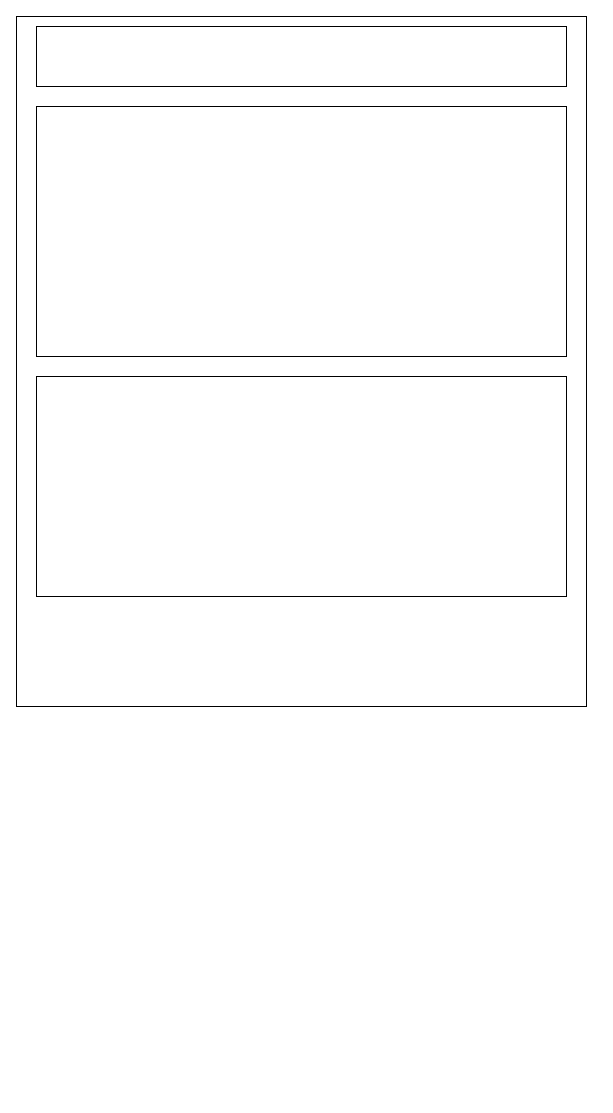
Before: Untitled Diagram.drawio in endepointe/ui, a draw.io diagram. Source tidied: cells renumbered, new cells numbered last; positions are measured from the earlier drawing's top-left corner, leaving out a move shared by most shapes. Both pictures are drawn from the tidied source at 100%, with x=0, y=0 at pixel (16, 16).
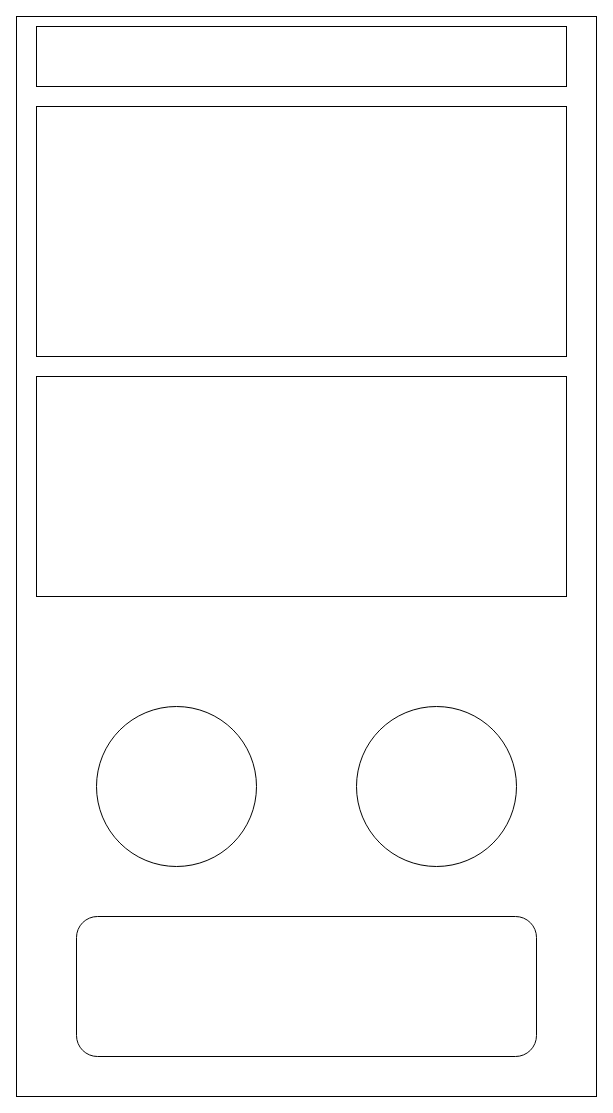
Above is the later version.

Commit message:
idea for endepointe

Change to the diagram source:
```diff
@@
 <mxGraphModel>
   <root>
     <mxCell id="0" />
     <mxCell id="1" parent="0" />
     <mxCell id="2" style="rounded=0;whiteSpace=wrap;html=1;" parent="1" vertex="1">
-      <mxGeometry width="570" height="690" as="geometry" />
+      <mxGeometry width="580" height="1080" as="geometry" />
     </mxCell>
     <mxCell id="3" style="rounded=0;whiteSpace=wrap;html=1;" parent="1" vertex="1">
       <mxGeometry x="20" y="10" width="530" height="60" as="geometry" />
     </mxCell>
     <mxCell id="4" style="rounded=0;whiteSpace=wrap;html=1;" parent="1" vertex="1">
       <mxGeometry x="20" y="90" width="530" height="250" as="geometry" />
     </mxCell>
     <mxCell id="5" style="rounded=0;whiteSpace=wrap;html=1;" parent="1" vertex="1">
       <mxGeometry x="20" y="360" width="530" height="220" as="geometry" />
     </mxCell>
+    <mxCell id="6" style="ellipse;whiteSpace=wrap;html=1;" parent="1" vertex="1">
+      <mxGeometry x="80" y="690" width="160" height="160" as="geometry" />
+    </mxCell>
+    <mxCell id="7" style="ellipse;whiteSpace=wrap;html=1;" parent="1" vertex="1">
+      <mxGeometry x="340" y="690" width="160" height="160" as="geometry" />
+    </mxCell>
+    <mxCell id="8" style="rounded=1;whiteSpace=wrap;html=1;" parent="1" vertex="1">
+      <mxGeometry x="60" y="900" width="460" height="140" as="geometry" />
+    </mxCell>
   </root>
 </mxGraphModel>
```
